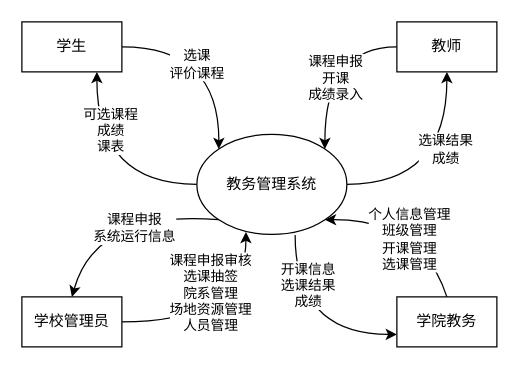
ap0stader/BUAA_DB keeps this draw.io diagram as 系统设计报告/img/requirements/top.drawio. Above is the earlier version. Source tidied: cells renumbered, new cells numbered last; positions are measured from the earlier drawing's top-left corner, leaving out a move shared by most shapes. Both pictures are drawn from the tidied source at 125%, with x=0, y=0 at pixel (21, 21).
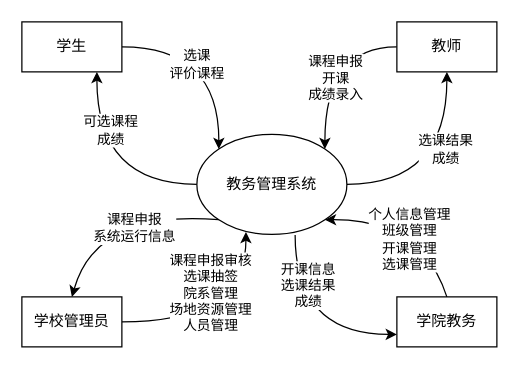
The same diagram, later.

Unchanged cells that the change refers to:
```xml
<mxCell id="5" style="edgeStyle=orthogonalEdgeStyle;rounded=0;jettySize=auto;html=1;exitX=0;exitY=0.5;exitDx=0;exitDy=0;entryX=0.75;entryY=1;entryDx=0;entryDy=0;curved=1;fontFamily=宋体-简;" parent="1" edge="1" source="9" target="4">
  <mxGeometry relative="1" as="geometry" />
</mxCell>
```

The edit, as a diff of the source:
```diff
@@
-    <mxCell id="6" value="可选课程&lt;div&gt;成绩&lt;/div&gt;&lt;div&gt;课表&lt;/div&gt;" style="edgeLabel;html=1;align=center;verticalAlign=middle;fontFamily=宋体-简;" parent="5" vertex="1">
+    <mxCell id="6" value="可选课程&lt;div&gt;成绩&lt;/div&gt;" style="edgeLabel;html=1;align=center;verticalAlign=middle;fontFamily=宋体-简;" parent="5" vertex="1">
       <mxGeometry x="0.12" y="-1" relative="1" as="geometry">
         <mxPoint x="9" y="-29" as="offset" />
       </mxGeometry>
     </mxCell>
```
